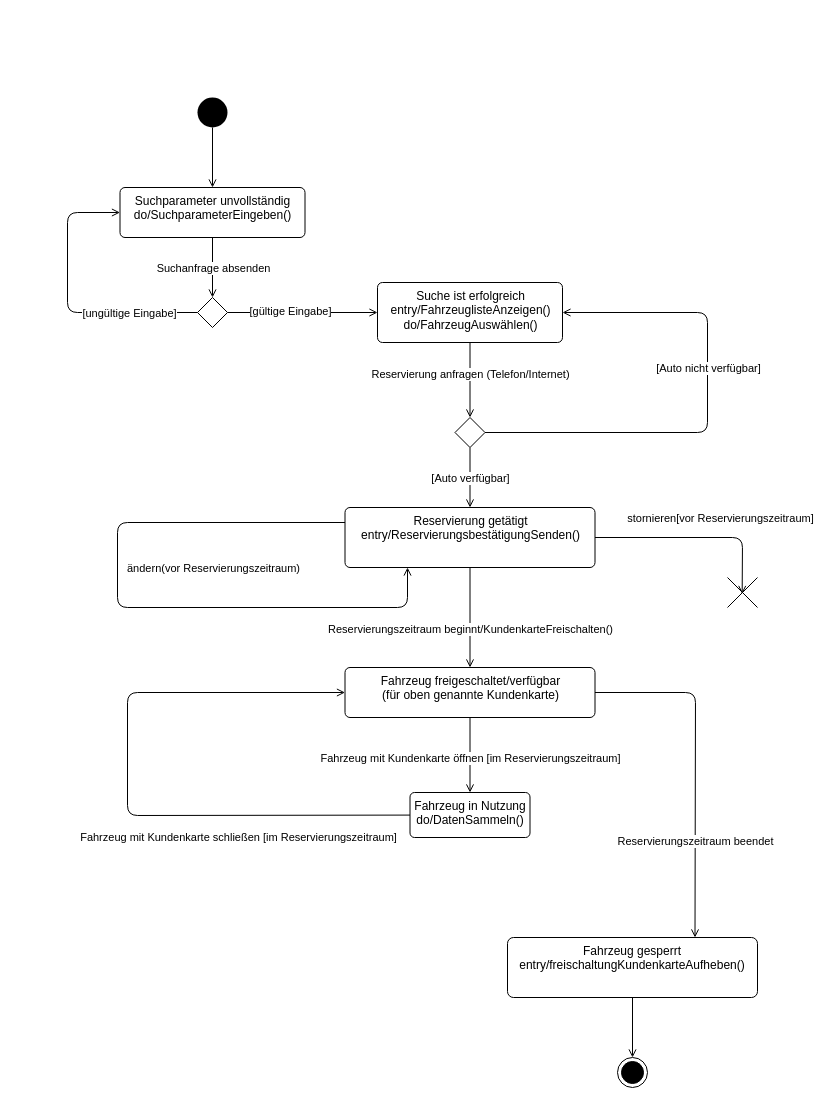
The draw.io diagram Mini-Praktikum/e-Zustandsdiagramm-Praktikum.drawio in TheBlackDragon4/SWE-HS-Co-Se5, before the edit. Source tidied: cells renumbered, new cells numbered last; positions are measured from the earlier drawing's top-left corner, leaving out a move shared by most shapes. Both pictures are drawn from the tidied source at 100%, with x=0, y=0 at pixel (67, 97).
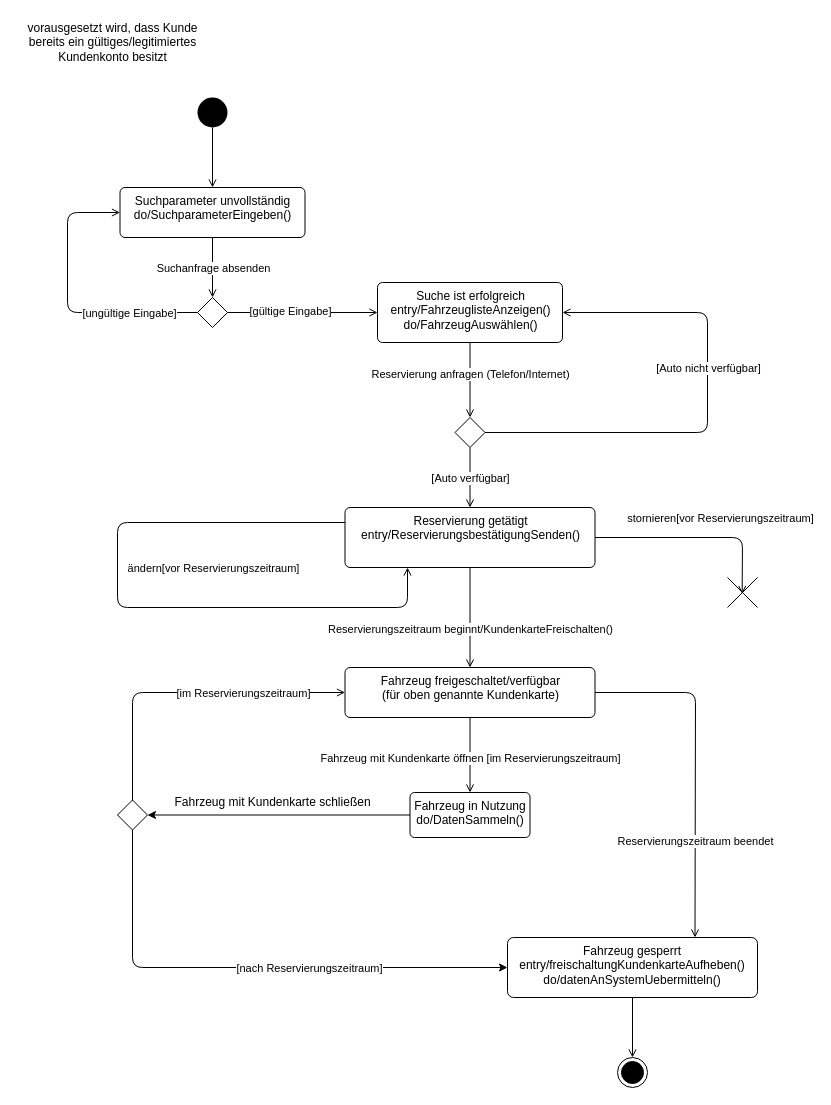
After the change.

The change refers to these unchanged cells:
```xml
<mxCell id="20" style="edgeStyle=none;html=1;exitX=0;exitY=0.25;exitDx=0;exitDy=0;endArrow=open;endFill=0;entryX=0.25;entryY=1;entryDx=0;entryDy=0;" parent="1" edge="1" source="26" target="26">
  <mxGeometry relative="1" as="geometry">
    <Array as="points">
      <mxPoint x="50" y="425" />
      <mxPoint x="50" y="510" />
      <mxPoint x="340" y="510" />
    </Array>
  </mxGeometry>
</mxCell>
<mxCell id="32" value="Fahrzeug freigeschaltet/verfügbar&lt;br&gt;(für oben genannte Kundenkarte)" style="html=1;align=center;verticalAlign=top;rounded=1;absoluteArcSize=1;arcSize=10;dashed=0;" parent="1" vertex="1">
  <mxGeometry x="277.5" y="570" width="250" height="50" as="geometry" />
</mxCell>
<mxCell id="35" value="Fahrzeug in Nutzung&lt;br&gt;do/DatenSammeln()" style="whiteSpace=wrap;html=1;verticalAlign=top;rounded=1;arcSize=10;dashed=0;" parent="1" vertex="1">
  <mxGeometry x="342.5" y="695" width="120" height="45" as="geometry" />
</mxCell>
```

Diff of the diagram source:
```diff
@@
-    <mxCell id="21" value="ändern(vor Reservierungszeitraum)" style="edgeLabel;html=1;align=center;verticalAlign=middle;" parent="20" vertex="1">
+    <mxCell id="21" value="ändern[vor Reservierungszeitraum]" style="edgeLabel;html=1;align=center;verticalAlign=middle;" parent="20" vertex="1">
       <mxGeometry x="-0.44" y="-1" relative="1" as="geometry">
         <mxPoint x="48" y="46" as="offset" />
       </mxGeometry>
     </mxCell>
@@
-    <mxCell id="33" style="edgeStyle=none;html=1;entryX=0;entryY=0.5;entryDx=0;entryDy=0;endArrow=open;endFill=0;" parent="1" edge="1" source="35" target="32">
+    <mxCell id="33" style="edgeStyle=none;html=1;entryX=0;entryY=0.5;entryDx=0;entryDy=0;endArrow=open;endFill=0;exitX=0.5;exitY=0;exitDx=0;exitDy=0;" parent="1" edge="1" source="42" target="32">
       <mxGeometry relative="1" as="geometry">
         <Array as="points">
-          <mxPoint x="60" y="718" />
-          <mxPoint x="60" y="595" />
+          <mxPoint x="65" y="595" />
         </Array>
       </mxGeometry>
     </mxCell>
-    <mxCell id="34" value="Fahrzeug mit Kundenkarte schließen [im Reservierungszeitraum]" style="edgeLabel;html=1;align=center;verticalAlign=middle;" parent="33" vertex="1">
+    <mxCell id="34" value="[im Reservierungszeitraum]" style="edgeLabel;html=1;align=center;verticalAlign=middle;" parent="33" vertex="1">
       <mxGeometry x="-0.39" relative="1" as="geometry">
-        <mxPoint x="18" y="22" as="offset" />
+        <mxPoint x="110" y="-9" as="offset" />
       </mxGeometry>
     </mxCell>
+    <mxCell id="39" style="edgeStyle=none;html=1;exitX=0;exitY=0.5;exitDx=0;exitDy=0;entryX=1;entryY=0.5;entryDx=0;entryDy=0;" parent="1" edge="1" source="35" target="42">
+      <mxGeometry relative="1" as="geometry" />
+    </mxCell>
@@
-    <mxCell id="37" value="Fahrzeug gesperrt&lt;br&gt;entry/freischaltungKundenkarteAufheben()" style="whiteSpace=wrap;html=1;verticalAlign=top;rounded=1;arcSize=10;dashed=0;" parent="1" vertex="1">
+    <mxCell id="37" value="Fahrzeug gesperrt&lt;br&gt;entry/freischaltungKundenkarteAufheben()&lt;br&gt;do/datenAnSystemUebermitteln()" style="whiteSpace=wrap;html=1;verticalAlign=top;rounded=1;arcSize=10;dashed=0;" parent="1" vertex="1">
       <mxGeometry x="440" y="840" width="250" height="60" as="geometry" />
     </mxCell>
@@
+    <mxCell id="40" style="edgeStyle=none;html=1;exitX=0.5;exitY=1;exitDx=0;exitDy=0;entryX=0;entryY=0.5;entryDx=0;entryDy=0;" parent="1" edge="1" source="42" target="37">
+      <mxGeometry relative="1" as="geometry">
+        <Array as="points">
+          <mxPoint x="65" y="870" />
+        </Array>
+      </mxGeometry>
+    </mxCell>
+    <mxCell id="41" value="[nach Reservierungszeitraum]" style="edgeLabel;html=1;align=center;verticalAlign=middle;" parent="40" vertex="1">
+      <mxGeometry x="-0.01" relative="1" as="geometry">
+        <mxPoint x="60" as="offset" />
+      </mxGeometry>
+    </mxCell>
+    <mxCell id="42" style="rhombus;" parent="1" vertex="1">
+      <mxGeometry x="50" y="702.5" width="30" height="30" as="geometry" />
+    </mxCell>
+    <mxCell id="43" value="Fahrzeug mit Kundenkarte schließen" style="text;html=1;align=center;verticalAlign=middle;strokeColor=none;fillColor=none;" parent="1" vertex="1">
+      <mxGeometry x="100" y="695" width="210" height="20" as="geometry" />
+    </mxCell>
+    <mxCell id="44" value="vorausgesetzt wird, dass Kunde&lt;br&gt;bereits ein gültiges/legitimiertes&lt;br&gt;Kundenkonto besitzt" style="text;html=1;align=center;verticalAlign=middle;strokeColor=none;fillColor=none;" parent="1" vertex="1">
+      <mxGeometry x="-50" y="-80" width="190" height="50" as="geometry" />
+    </mxCell>
```
